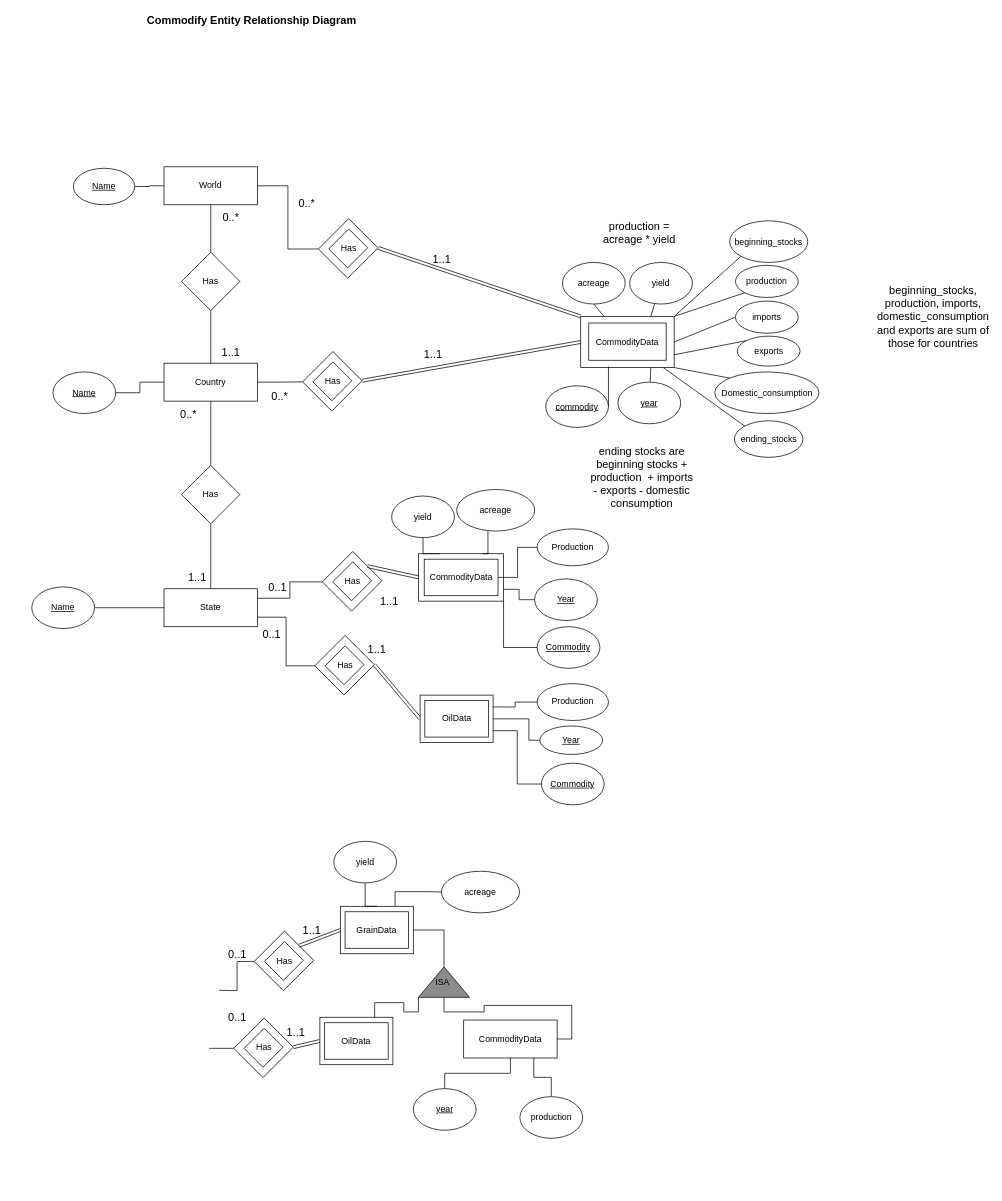
The draw.io diagram documentation/PetersERD.drawio in stevegbrooks/commodify, before the edit. Source tidied: cells renumbered, new cells numbered last; positions are measured from the earlier drawing's top-left corner, leaving out a move shared by most shapes. Both pictures are drawn from the tidied source at 73%, with x=0, y=0 at pixel (31, 12).
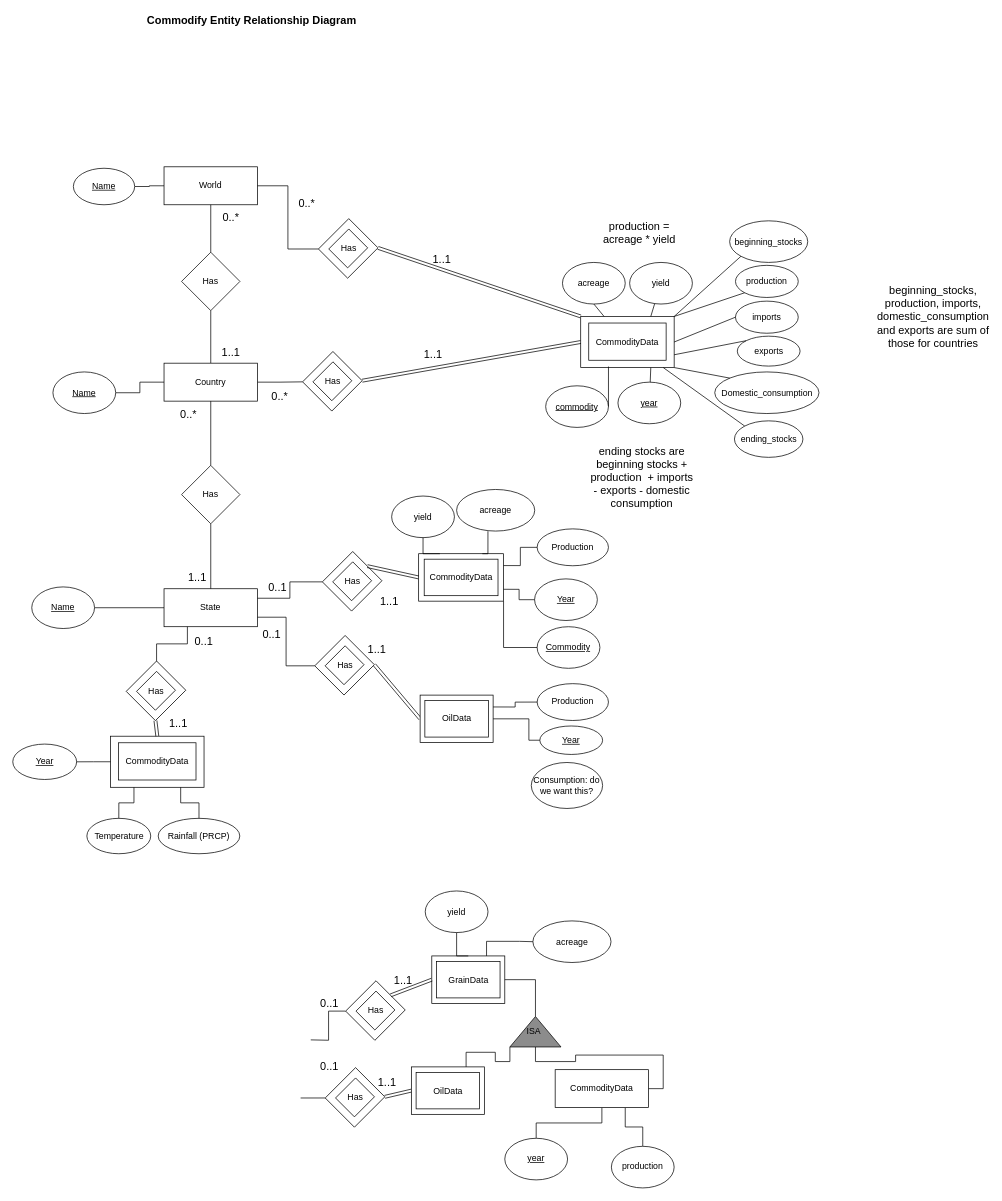
After the change.

Unchanged cells that the change refers to:
```xml
<mxCell id="19" value="State" style="rounded=0;whiteSpace=wrap;html=1;" parent="1" vertex="1">
  <mxGeometry x="181.2" y="789" width="128" height="52" as="geometry" />
</mxCell>
<mxCell id="44" style="verticalLabelPosition=bottom;verticalAlign=top;html=1;shape=mxgraph.basic.frame;dx=10;rotation=-45;" parent="43" vertex="1">
  <mxGeometry x="11.4" y="12.5" width="58.8" height="56.6" as="geometry" />
</mxCell>
<mxCell id="69" style="verticalLabelPosition=bottom;verticalAlign=top;html=1;shape=mxgraph.basic.frame;dx=10;rotation=-45;" parent="68" vertex="1">
  <mxGeometry x="11.4" y="12.5" width="58.8" height="56.6" as="geometry" />
</mxCell>
<mxCell id="104" style="rounded=0;whiteSpace=wrap;html=1;" parent="103" vertex="1">
  <mxGeometry width="116.3" height="65" as="geometry" />
</mxCell>
<mxCell id="105" value="CommodityData" style="whiteSpace=wrap;html=1;fillColor=#FFFFFF;" parent="103" vertex="1">
  <mxGeometry x="7.6" y="7.5" width="101.1" height="50" as="geometry" />
</mxCell>
<mxCell id="111" value="Production" style="ellipse;whiteSpace=wrap;html=1;fillColor=#FFFFFF;" parent="1" vertex="1">
  <mxGeometry x="692.3" y="707" width="97.7" height="50.5" as="geometry" />
</mxCell>
<mxCell id="119" style="rounded=0;whiteSpace=wrap;html=1;" parent="118" vertex="1">
  <mxGeometry width="100" height="65" as="geometry" />
</mxCell>
```

What changed in the source:
```diff
@@
     <mxCell id="18" style="edgeStyle=orthogonalEdgeStyle;rounded=0;jettySize=auto;html=1;exitX=1;exitY=0.5;exitDx=0;exitDy=0;entryX=0;entryY=0;entryDx=0;entryDy=0;entryPerimeter=0;endArrow=none;endFill=0;" parent="1" edge="1" target="44">
       <mxGeometry relative="1" as="geometry">
-        <mxPoint x="256.9" y="1339" as="sourcePoint" />
+        <mxPoint x="382.2" y="1407" as="sourcePoint" />
       </mxGeometry>
     </mxCell>
@@
     <mxCell id="21" value="&lt;u&gt;year&lt;/u&gt;" style="ellipse;whiteSpace=wrap;html=1;" parent="1" vertex="1">
-      <mxGeometry x="522.7" y="1473.8" width="86" height="57" as="geometry" />
+      <mxGeometry x="648" y="1541.8" width="86" height="57" as="geometry" />
     </mxCell>
     <mxCell id="22" value="acreage" style="ellipse;whiteSpace=wrap;html=1;" parent="1" vertex="1">
-      <mxGeometry x="561.2" y="1176" width="107" height="57" as="geometry" />
+      <mxGeometry x="686.5" y="1244" width="107" height="57" as="geometry" />
     </mxCell>
     <mxCell id="23" value="yield" style="ellipse;whiteSpace=wrap;html=1;" parent="1" vertex="1">
-      <mxGeometry x="413.7" y="1135" width="86" height="57" as="geometry" />
+      <mxGeometry x="539" y="1203" width="86" height="57" as="geometry" />
     </mxCell>
@@
     <mxCell id="34" value="production" style="ellipse;whiteSpace=wrap;html=1;" parent="1" vertex="1">
-      <mxGeometry x="668.7" y="1484.8" width="86" height="57" as="geometry" />
+      <mxGeometry x="794" y="1552.8" width="86" height="57" as="geometry" />
     </mxCell>
@@
     <mxCell id="37" value="CommodityData" style="rounded=0;whiteSpace=wrap;html=1;" parent="1" vertex="1">
-      <mxGeometry x="591.7" y="1379.8" width="128" height="52" as="geometry" />
+      <mxGeometry x="717" y="1447.8" width="128" height="52" as="geometry" />
     </mxCell>
@@
     <mxCell id="40" style="group;" parent="1" vertex="1">
-      <mxGeometry x="529.7" y="1307" width="70" height="41.7" as="geometry" />
+      <mxGeometry x="655" y="1375" width="70" height="41.7" as="geometry" />
     </mxCell>
@@
     <mxCell id="43" style="group;" parent="1" vertex="1">
-      <mxGeometry x="304.7" y="1258" width="81.7" height="81.7" as="geometry" />
+      <mxGeometry x="430" y="1326" width="81.7" height="81.7" as="geometry" />
     </mxCell>
@@
     <mxCell id="46" style="group;" parent="1" vertex="1">
-      <mxGeometry x="422.7" y="1224" width="100" height="65" as="geometry" />
+      <mxGeometry x="548" y="1292" width="100" height="65" as="geometry" />
     </mxCell>
@@
     <mxCell id="50" style="group;" parent="1" vertex="1">
-      <mxGeometry x="394.7" y="1376" width="100" height="65" as="geometry" />
+      <mxGeometry x="520" y="1444" width="100" height="65" as="geometry" />
     </mxCell>
@@
     <mxCell id="57" value="0..1" style="text;html=1;strokeColor=none;fillColor=none;align=center;verticalAlign=middle;whiteSpace=wrap;rounded=0;fontSize=15;" parent="1" vertex="1">
-      <mxGeometry x="262.2" y="1279" width="40" height="20" as="geometry" />
+      <mxGeometry x="387.5" y="1347" width="40" height="20" as="geometry" />
     </mxCell>
     <mxCell id="58" value="1..1" style="text;html=1;strokeColor=none;fillColor=none;align=center;verticalAlign=middle;whiteSpace=wrap;rounded=0;fontSize=15;" parent="1" vertex="1">
-      <mxGeometry x="363.7" y="1246.5" width="40" height="20" as="geometry" />
+      <mxGeometry x="489" y="1314.5" width="40" height="20" as="geometry" />
     </mxCell>
     <mxCell id="59" value="1..1" style="text;html=1;strokeColor=none;fillColor=none;align=center;verticalAlign=middle;whiteSpace=wrap;rounded=0;fontSize=15;" parent="1" vertex="1">
-      <mxGeometry x="341.7" y="1386" width="40" height="20" as="geometry" />
+      <mxGeometry x="467" y="1454" width="40" height="20" as="geometry" />
     </mxCell>
@@
     <mxCell id="68" style="group;" parent="1" vertex="1">
-      <mxGeometry x="276.7" y="1377" width="81.7" height="81.7" as="geometry" />
+      <mxGeometry x="402" y="1445" width="81.7" height="81.7" as="geometry" />
     </mxCell>
@@
     <mxCell id="71" value="0..1" style="text;html=1;strokeColor=none;fillColor=none;align=center;verticalAlign=middle;whiteSpace=wrap;rounded=0;fontSize=15;" parent="1" vertex="1">
-      <mxGeometry x="262.2" y="1365" width="40" height="20" as="geometry" />
+      <mxGeometry x="387.5" y="1433" width="40" height="20" as="geometry" />
     </mxCell>
@@
     <mxCell id="93" style="edgeStyle=orthogonalEdgeStyle;rounded=0;jettySize=auto;html=1;exitX=0;exitY=0;exitDx=0;exitDy=0;exitPerimeter=0;endArrow=none;endFill=0;" parent="1" edge="1" source="69">
       <mxGeometry relative="1" as="geometry">
-        <mxPoint x="243" y="1418.1" as="targetPoint" />
+        <mxPoint x="368.3" y="1486.1" as="targetPoint" />
       </mxGeometry>
     </mxCell>
@@
-    <mxCell id="112" style="edgeStyle=orthogonalEdgeStyle;rounded=0;jettySize=auto;html=1;endArrow=none;endFill=0;" parent="1" edge="1" source="105" target="111">
+    <mxCell id="112" style="edgeStyle=orthogonalEdgeStyle;rounded=0;jettySize=auto;html=1;endArrow=none;endFill=0;exitX=1;exitY=0.25;exitDx=0;exitDy=0;" parent="1" edge="1" source="104" target="111">
       <mxGeometry relative="1" as="geometry" />
     </mxCell>
@@
-    <mxCell id="130" value="&lt;u&gt;Commodity&lt;/u&gt;" style="ellipse;whiteSpace=wrap;html=1;" parent="1" vertex="1">
-      <mxGeometry x="698.1" y="1028" width="86" height="57" as="geometry" />
-    </mxCell>
-    <mxCell id="131" style="edgeStyle=orthogonalEdgeStyle;rounded=0;jettySize=auto;html=1;exitX=1;exitY=0.75;exitDx=0;exitDy=0;entryX=0;entryY=0.5;entryDx=0;entryDy=0;endArrow=none;endFill=0;" parent="1" edge="1" source="119" target="130">
-      <mxGeometry relative="1" as="geometry" />
-    </mxCell>
@@
+    <mxCell id="133" value="Consumption: do we want this?" style="ellipse;whiteSpace=wrap;html=1;fillColor=#FFFFFF;" parent="1" vertex="1">
+      <mxGeometry x="684.3" y="1027" width="97.7" height="63" as="geometry" />
+    </mxCell>
+    <mxCell id="134" style="group;" parent="1" vertex="1">
+      <mxGeometry x="108" y="991" width="128" height="70" as="geometry" />
+    </mxCell>
+    <mxCell id="135" style="rounded=0;whiteSpace=wrap;html=1;fillColor=none;" parent="134" vertex="1">
+      <mxGeometry width="128" height="70" as="geometry" />
+    </mxCell>
+    <mxCell id="136" value="CommodityData" style="rounded=0;whiteSpace=wrap;html=1;" parent="134" vertex="1">
+      <mxGeometry x="11" y="9" width="106" height="51" as="geometry" />
+    </mxCell>
+    <mxCell id="137" value="Temperature" style="ellipse;whiteSpace=wrap;html=1;rounded=0;" parent="1" vertex="1">
+      <mxGeometry x="75.5" y="1103.5" width="87.5" height="48.5" as="geometry" />
+    </mxCell>
+    <mxCell id="138" style="edgeStyle=orthogonalEdgeStyle;rounded=0;jettySize=auto;html=1;endArrow=none;endFill=0;exitX=0.25;exitY=1;exitDx=0;exitDy=0;" parent="1" edge="1" source="135" target="137">
+      <mxGeometry relative="1" as="geometry" />
+    </mxCell>
+    <mxCell id="139" value="&lt;u&gt;Year&lt;/u&gt;" style="ellipse;whiteSpace=wrap;html=1;rounded=0;" parent="1" vertex="1">
+      <mxGeometry x="-26" y="1001.8" width="87.5" height="48.5" as="geometry" />
+    </mxCell>
+    <mxCell id="140" style="edgeStyle=orthogonalEdgeStyle;rounded=0;jettySize=auto;html=1;endArrow=none;endFill=0;exitX=0;exitY=0.5;exitDx=0;exitDy=0;" parent="1" edge="1" source="135" target="139">
+      <mxGeometry relative="1" as="geometry" />
+    </mxCell>
+    <mxCell id="141" value="Rainfall (PRCP)" style="ellipse;whiteSpace=wrap;html=1;rounded=0;" parent="1" vertex="1">
+      <mxGeometry x="173.2" y="1103.5" width="111.8" height="48.5" as="geometry" />
+    </mxCell>
+    <mxCell id="142" style="edgeStyle=orthogonalEdgeStyle;rounded=0;jettySize=auto;html=1;endArrow=none;endFill=0;exitX=0.75;exitY=1;exitDx=0;exitDy=0;" parent="1" edge="1" source="135" target="141">
+      <mxGeometry relative="1" as="geometry" />
+    </mxCell>
+    <mxCell id="143" style="shape=link;html=1;rounded=0;endArrow=none;endFill=0;strokeColor=#000000;entryX=0.5;entryY=0;entryDx=0;entryDy=0;exitX=0;exitY=1;exitDx=0;exitDy=0;exitPerimeter=0;" parent="1" edge="1" source="145" target="135">
+      <mxGeometry relative="1" as="geometry" />
+    </mxCell>
+    <mxCell id="144" style="group;" parent="1" vertex="1">
+      <mxGeometry x="129.4" y="888" width="91.6" height="95" as="geometry" />
+    </mxCell>
+    <mxCell id="145" style="verticalLabelPosition=bottom;verticalAlign=top;html=1;shape=mxgraph.basic.frame;dx=10;rotation=-45;" parent="144" vertex="1">
+      <mxGeometry x="11.4" y="12.5" width="58.8" height="56.6" as="geometry" />
+    </mxCell>
+    <mxCell id="146" value="Has" style="text;html=1;align=center;verticalAlign=middle;" parent="144" vertex="1">
+      <mxGeometry x="20.8" y="30.8" width="40" height="20" as="geometry" />
+    </mxCell>
+    <mxCell id="147" value="1..1" style="text;html=1;strokeColor=none;fillColor=none;align=center;verticalAlign=middle;whiteSpace=wrap;rounded=0;fontSize=15;" parent="144" vertex="1">
+      <mxGeometry x="51.6" y="75" width="40" height="20" as="geometry" />
+    </mxCell>
+    <mxCell id="148" value="0..1" style="text;html=1;strokeColor=none;fillColor=none;align=center;verticalAlign=middle;whiteSpace=wrap;rounded=0;fontSize=15;" parent="1" vertex="1">
+      <mxGeometry x="216" y="850" width="40" height="20" as="geometry" />
+    </mxCell>
+    <mxCell id="149" style="edgeStyle=orthogonalEdgeStyle;rounded=0;jettySize=auto;html=1;exitX=1;exitY=0;exitDx=0;exitDy=0;exitPerimeter=0;endArrow=none;endFill=0;entryX=0.25;entryY=1;entryDx=0;entryDy=0;" parent="1" edge="1" source="145" target="19">
+      <mxGeometry relative="1" as="geometry" />
+    </mxCell>
```
